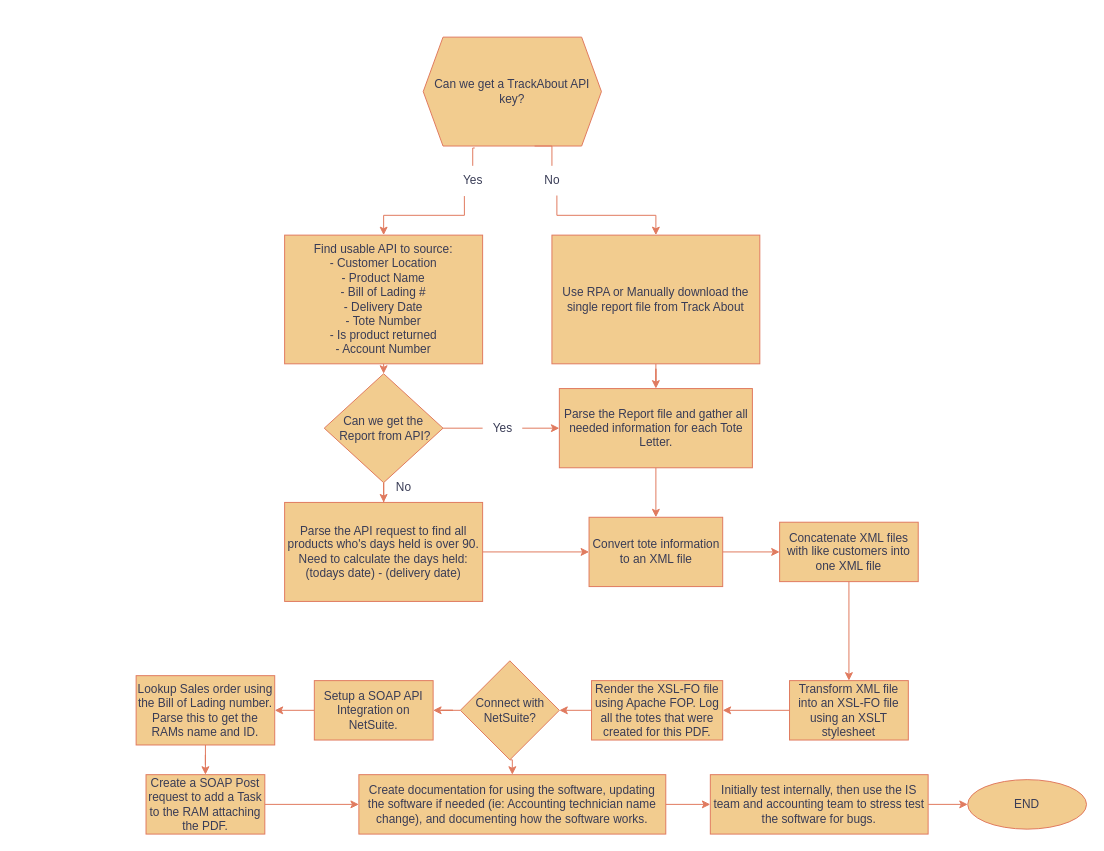
This is Untitled Diagram.drawio from Nelbrenn/Nelbrenn, a draw.io file, before an edit. Source tidied: cells renumbered, new cells numbered last; positions are measured from the earlier drawing's top-left corner, leaving out a move shared by most shapes. Both pictures are drawn from the tidied source at 99%, with x=0, y=0 at pixel (136, 37).
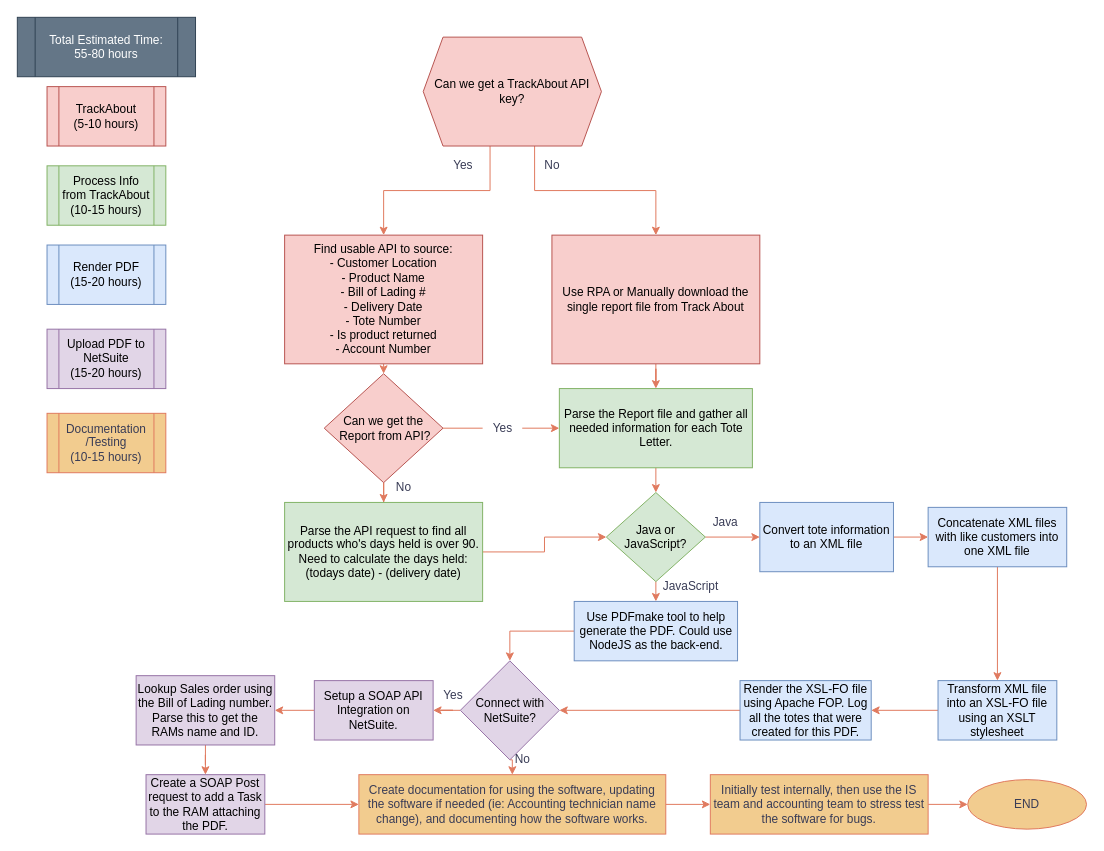
After the change.

Diff of the diagram source:
```diff
@@
-    <mxCell id="2" style="edgeStyle=orthogonalEdgeStyle;rounded=0;jettySize=auto;html=1;exitX=0.289;exitY=1.018;exitDx=0;exitDy=0;shadow=0;entryX=0.5;entryY=0;entryDx=0;entryDy=0;exitPerimeter=0;startArrow=none;labelBackgroundColor=none;strokeColor=#E07A5F;fontColor=default;" parent="1" edge="1" source="41" target="6">
-      <mxGeometry relative="1" as="geometry" />
-    </mxCell>
-    <mxCell id="3" style="edgeStyle=orthogonalEdgeStyle;rounded=0;sketch=0;jettySize=auto;html=1;exitX=0.625;exitY=1;exitDx=0;exitDy=0;entryX=0.5;entryY=0;entryDx=0;entryDy=0;shadow=0;startArrow=none;labelBackgroundColor=none;strokeColor=#E07A5F;fontColor=default;" parent="1" edge="1" source="39" target="8">
-      <mxGeometry relative="1" as="geometry" />
-    </mxCell>
@@
-    <mxCell id="6" value="&lt;div&gt;Find usable API to source:&lt;/div&gt;&lt;div&gt;- Customer Location&lt;/div&gt;&lt;div&gt;- Product Name&lt;/div&gt;&lt;div&gt;- Bill of Lading #&lt;/div&gt;&lt;div&gt;- Delivery Date&lt;/div&gt;&lt;div&gt;- Tote Number&lt;/div&gt;&lt;div&gt;- Is product returned&lt;br&gt;- Account Number&lt;br&gt;&lt;/div&gt;" style="rounded=0;whiteSpace=wrap;html=1;labelBackgroundColor=none;fillColor=#F2CC8F;strokeColor=#E07A5F;fontColor=#393C56;" parent="1" vertex="1">
+    <mxCell id="6" value="&lt;div&gt;Find usable API to source:&lt;/div&gt;&lt;div&gt;- Customer Location&lt;/div&gt;&lt;div&gt;- Product Name&lt;/div&gt;&lt;div&gt;- Bill of Lading #&lt;/div&gt;&lt;div&gt;- Delivery Date&lt;/div&gt;&lt;div&gt;- Tote Number&lt;/div&gt;&lt;div&gt;- Is product returned&lt;br&gt;- Account Number&lt;br&gt;&lt;/div&gt;" style="rounded=0;whiteSpace=wrap;html=1;labelBackgroundColor=none;fillColor=#f8cecc;strokeColor=#b85450;" parent="1" vertex="1">
       <mxGeometry x="150" y="200" width="200" height="130" as="geometry" />
     </mxCell>
@@
-    <mxCell id="8" value="Use RPA or Manually download the single report file from Track About" style="rounded=0;whiteSpace=wrap;html=1;labelBackgroundColor=none;fillColor=#F2CC8F;strokeColor=#E07A5F;fontColor=#393C56;" parent="1" vertex="1">
+    <mxCell id="8" value="Use RPA or Manually download the single report file from Track About" style="rounded=0;whiteSpace=wrap;html=1;labelBackgroundColor=none;fillColor=#f8cecc;strokeColor=#b85450;" parent="1" vertex="1">
       <mxGeometry x="420" y="200" width="210" height="130" as="geometry" />
     </mxCell>
-    <mxCell id="9" style="edgeStyle=orthogonalEdgeStyle;rounded=0;sketch=0;jettySize=auto;html=1;exitX=0.5;exitY=1;exitDx=0;exitDy=0;entryX=0.5;entryY=0;entryDx=0;entryDy=0;shadow=0;labelBackgroundColor=none;strokeColor=#E07A5F;fontColor=default;" parent="1" edge="1" source="10" target="17">
-      <mxGeometry relative="1" as="geometry" />
-    </mxCell>
+    <mxCell id="45" style="edgeStyle=orthogonalEdgeStyle;rounded=0;jettySize=auto;html=1;exitX=0.5;exitY=1;exitDx=0;exitDy=0;entryX=0.5;entryY=0;entryDx=0;entryDy=0;strokeColor=#E07A5F;fontColor=#393C56;fillColor=#F2CC8F;" parent="1" edge="1" source="10" target="51">
+      <mxGeometry relative="1" as="geometry" />
+    </mxCell>
-    <mxCell id="10" value="Parse the Report file and gather all needed information for each Tote Letter." style="rounded=0;whiteSpace=wrap;html=1;labelBackgroundColor=none;fillColor=#F2CC8F;strokeColor=#E07A5F;fontColor=#393C56;" parent="1" vertex="1">
+    <mxCell id="10" value="Parse the Report file and gather all needed information for each Tote Letter." style="rounded=0;whiteSpace=wrap;html=1;labelBackgroundColor=none;fillColor=#d5e8d4;strokeColor=#82b366;" parent="1" vertex="1">
       <mxGeometry x="427.5" y="355" width="195" height="80" as="geometry" />
     </mxCell>
-    <mxCell id="11" style="edgeStyle=orthogonalEdgeStyle;rounded=0;sketch=0;jettySize=auto;html=1;exitX=1;exitY=0.5;exitDx=0;exitDy=0;entryX=0;entryY=0.5;entryDx=0;entryDy=0;shadow=0;labelBackgroundColor=none;strokeColor=#E07A5F;fontColor=default;" parent="1" edge="1" source="12" target="17">
-      <mxGeometry relative="1" as="geometry" />
-    </mxCell>
+    <mxCell id="46" style="edgeStyle=orthogonalEdgeStyle;rounded=0;jettySize=auto;html=1;exitX=1;exitY=0.5;exitDx=0;exitDy=0;entryX=0;entryY=0.5;entryDx=0;entryDy=0;strokeColor=#E07A5F;fontColor=#393C56;fillColor=#F2CC8F;" parent="1" edge="1" source="12" target="51">
+      <mxGeometry relative="1" as="geometry" />
+    </mxCell>
-    <mxCell id="12" value="Parse the API request to find all products who's days held is over 90. Need to calculate the days held:&lt;br&gt;(todays date) - (delivery date)" style="rounded=0;whiteSpace=wrap;html=1;labelBackgroundColor=none;fillColor=#F2CC8F;strokeColor=#E07A5F;fontColor=#393C56;" parent="1" vertex="1">
+    <mxCell id="12" value="Parse the API request to find all products who's days held is over 90. Need to calculate the days held:&lt;br&gt;(todays date) - (delivery date)" style="rounded=0;whiteSpace=wrap;html=1;labelBackgroundColor=none;fillColor=#d5e8d4;strokeColor=#82b366;" parent="1" vertex="1">
       <mxGeometry x="150" y="470" width="200" height="100" as="geometry" />
     </mxCell>
+    <mxCell id="47" style="edgeStyle=orthogonalEdgeStyle;rounded=0;jettySize=auto;html=1;exitX=0.375;exitY=1;exitDx=0;exitDy=0;strokeColor=#E07A5F;fontColor=#393C56;fillColor=#F2CC8F;" parent="1" edge="1" source="13" target="6">
+      <mxGeometry relative="1" as="geometry" />
+    </mxCell>
+    <mxCell id="48" style="edgeStyle=orthogonalEdgeStyle;rounded=0;jettySize=auto;html=1;exitX=0.625;exitY=1;exitDx=0;exitDy=0;entryX=0.5;entryY=0;entryDx=0;entryDy=0;strokeColor=#E07A5F;fontColor=#393C56;fillColor=#F2CC8F;" parent="1" edge="1" source="13" target="8">
+      <mxGeometry relative="1" as="geometry" />
+    </mxCell>
-    <mxCell id="13" value="Can we get a TrackAbout API key?" style="shape=hexagon;perimeter=hexagonPerimeter2;whiteSpace=wrap;html=1;fixedSize=1;labelBackgroundColor=none;fillColor=#F2CC8F;strokeColor=#E07A5F;fontColor=#393C56;" parent="1" vertex="1">
+    <mxCell id="13" value="Can we get a TrackAbout API key?" style="shape=hexagon;perimeter=hexagonPerimeter2;whiteSpace=wrap;html=1;fixedSize=1;labelBackgroundColor=none;fillColor=#f8cecc;strokeColor=#b85450;" parent="1" vertex="1">
       <mxGeometry x="290" width="180" height="110" as="geometry" />
     </mxCell>
@@
-    <mxCell id="15" value="&lt;div&gt;Can we get the&lt;/div&gt;&lt;div&gt;&amp;nbsp;Report from API?&lt;/div&gt;" style="rhombus;whiteSpace=wrap;html=1;labelBackgroundColor=none;fillColor=#F2CC8F;strokeColor=#E07A5F;fontColor=#393C56;" parent="1" vertex="1">
+    <mxCell id="15" value="&lt;div&gt;Can we get the&lt;/div&gt;&lt;div&gt;&amp;nbsp;Report from API?&lt;/div&gt;" style="rhombus;whiteSpace=wrap;html=1;labelBackgroundColor=none;fillColor=#f8cecc;strokeColor=#b85450;" parent="1" vertex="1">
       <mxGeometry x="190" y="340" width="120" height="110" as="geometry" />
     </mxCell>
-    <mxCell id="16" style="edgeStyle=orthogonalEdgeStyle;rounded=0;sketch=0;jettySize=auto;html=1;exitX=1;exitY=0.5;exitDx=0;exitDy=0;shadow=0;entryX=0;entryY=0.5;entryDx=0;entryDy=0;labelBackgroundColor=none;strokeColor=#E07A5F;fontColor=default;" parent="1" edge="1" source="17" target="19">
+    <mxCell id="16" style="edgeStyle=orthogonalEdgeStyle;rounded=0;jettySize=auto;html=1;exitX=1;exitY=0.5;exitDx=0;exitDy=0;entryX=0;entryY=0.5;entryDx=0;entryDy=0;strokeColor=#E07A5F;fontColor=#393C56;fillColor=#F2CC8F;" parent="1" edge="1" source="17" target="19">
       <mxGeometry relative="1" as="geometry" />
     </mxCell>
-    <mxCell id="17" value="Convert tote information to an XML file" style="rounded=0;whiteSpace=wrap;html=1;labelBackgroundColor=none;fillColor=#F2CC8F;strokeColor=#E07A5F;fontColor=#393C56;" parent="1" vertex="1">
-      <mxGeometry x="457.5" y="485" width="135" height="70" as="geometry" />
+    <mxCell id="17" value="Convert tote information to an XML file" style="rounded=0;whiteSpace=wrap;html=1;labelBackgroundColor=none;fillColor=#dae8fc;strokeColor=#6c8ebf;" parent="1" vertex="1">
+      <mxGeometry x="630" y="470" width="135" height="70" as="geometry" />
     </mxCell>
@@
-    <mxCell id="19" value="Concatenate XML files with like customers into one XML file" style="rounded=0;whiteSpace=wrap;html=1;labelBackgroundColor=none;fillColor=#F2CC8F;strokeColor=#E07A5F;fontColor=#393C56;" parent="1" vertex="1">
-      <mxGeometry x="650" y="490" width="140" height="60" as="geometry" />
+    <mxCell id="19" value="Concatenate XML files with like customers into one XML file" style="rounded=0;whiteSpace=wrap;html=1;labelBackgroundColor=none;fillColor=#dae8fc;strokeColor=#6c8ebf;" parent="1" vertex="1">
+      <mxGeometry x="800" y="475" width="140" height="60" as="geometry" />
     </mxCell>
@@
-    <mxCell id="21" value="Transform XML file into an XSL-FO file using an XSLT stylesheet" style="rounded=0;whiteSpace=wrap;html=1;labelBackgroundColor=none;fillColor=#F2CC8F;strokeColor=#E07A5F;fontColor=#393C56;" parent="1" vertex="1">
-      <mxGeometry x="660" y="650" width="120" height="60" as="geometry" />
+    <mxCell id="21" value="Transform XML file into an XSL-FO file using an XSLT stylesheet" style="rounded=0;whiteSpace=wrap;html=1;labelBackgroundColor=none;fillColor=#dae8fc;strokeColor=#6c8ebf;" parent="1" vertex="1">
+      <mxGeometry x="810" y="650" width="120" height="60" as="geometry" />
     </mxCell>
@@
-    <mxCell id="23" value="Render the XSL-FO file using Apache FOP. Log all the totes that were created for this PDF." style="rounded=0;whiteSpace=wrap;html=1;labelBackgroundColor=none;fillColor=#F2CC8F;strokeColor=#E07A5F;fontColor=#393C56;" parent="1" vertex="1">
-      <mxGeometry x="460" y="650" width="132.5" height="60" as="geometry" />
+    <mxCell id="23" value="Render the XSL-FO file using Apache FOP. Log all the totes that were created for this PDF." style="rounded=0;whiteSpace=wrap;html=1;labelBackgroundColor=none;fillColor=#dae8fc;strokeColor=#6c8ebf;" parent="1" vertex="1">
+      <mxGeometry x="610" y="650" width="132.5" height="60" as="geometry" />
     </mxCell>
@@
-    <mxCell id="27" value="Connect with&lt;br&gt;NetSuite?" style="rhombus;whiteSpace=wrap;html=1;labelBackgroundColor=none;fillColor=#F2CC8F;strokeColor=#E07A5F;fontColor=#393C56;" parent="1" vertex="1">
+    <mxCell id="27" value="Connect with&lt;br&gt;NetSuite?" style="rhombus;whiteSpace=wrap;html=1;labelBackgroundColor=none;fillColor=#e1d5e7;strokeColor=#9673a6;" parent="1" vertex="1">
       <mxGeometry x="327.5" y="630" width="100" height="100" as="geometry" />
     </mxCell>
@@
-    <mxCell id="30" value="Setup a SOAP API Integration on NetSuite." style="rounded=0;whiteSpace=wrap;html=1;labelBackgroundColor=none;fillColor=#F2CC8F;strokeColor=#E07A5F;fontColor=#393C56;" parent="1" vertex="1">
+    <mxCell id="30" value="Setup a SOAP API Integration on NetSuite." style="rounded=0;whiteSpace=wrap;html=1;labelBackgroundColor=none;fillColor=#e1d5e7;strokeColor=#9673a6;" parent="1" vertex="1">
       <mxGeometry x="180" y="650" width="120" height="60" as="geometry" />
     </mxCell>
@@
-    <mxCell id="32" value="Lookup Sales order using the Bill of Lading number. Parse this to get the RAMs name and ID." style="rounded=0;whiteSpace=wrap;html=1;labelBackgroundColor=none;fillColor=#F2CC8F;strokeColor=#E07A5F;fontColor=#393C56;" parent="1" vertex="1">
+    <mxCell id="32" value="Lookup Sales order using the Bill of Lading number. Parse this to get the RAMs name and ID." style="rounded=0;whiteSpace=wrap;html=1;labelBackgroundColor=none;fillColor=#e1d5e7;strokeColor=#9673a6;" parent="1" vertex="1">
       <mxGeometry y="645" width="140" height="70" as="geometry" />
     </mxCell>
@@
-    <mxCell id="34" value="Create a SOAP Post request to add a Task to the RAM attaching the PDF." style="rounded=0;whiteSpace=wrap;html=1;labelBackgroundColor=none;fillColor=#F2CC8F;strokeColor=#E07A5F;fontColor=#393C56;" parent="1" vertex="1">
+    <mxCell id="34" value="Create a SOAP Post request to add a Task to the RAM attaching the PDF." style="rounded=0;whiteSpace=wrap;html=1;labelBackgroundColor=none;fillColor=#e1d5e7;strokeColor=#9673a6;" parent="1" vertex="1">
       <mxGeometry x="10" y="745" width="120" height="60" as="geometry" />
     </mxCell>
@@
-    <mxCell id="39" value="No" style="text;html=1;align=center;verticalAlign=middle;points=[];strokeColor=none;fillColor=none;labelBackgroundColor=none;fontColor=#393C56;" parent="1" vertex="1">
-      <mxGeometry x="400" y="130" width="40" height="30" as="geometry" />
-    </mxCell>
-    <mxCell id="40" style="edgeStyle=orthogonalEdgeStyle;rounded=0;sketch=0;jettySize=auto;html=1;exitX=0.625;exitY=1;exitDx=0;exitDy=0;entryX=0.5;entryY=0;entryDx=0;entryDy=0;shadow=0;endArrow=none;labelBackgroundColor=none;strokeColor=#E07A5F;fontColor=default;" parent="1" edge="1" source="13" target="39">
-      <mxGeometry relative="1" as="geometry" />
-    </mxCell>
-    <mxCell id="41" value="Yes" style="text;html=1;align=center;verticalAlign=middle;points=[];strokeColor=none;fillColor=none;labelBackgroundColor=none;fontColor=#393C56;" parent="1" vertex="1">
-      <mxGeometry x="320" y="130" width="40" height="30" as="geometry" />
-    </mxCell>
-    <mxCell id="42" style="edgeStyle=orthogonalEdgeStyle;rounded=0;jettySize=auto;html=1;exitX=0.289;exitY=1.018;exitDx=0;exitDy=0;shadow=0;entryX=0.5;entryY=0;entryDx=0;entryDy=0;exitPerimeter=0;endArrow=none;labelBackgroundColor=none;strokeColor=#E07A5F;fontColor=default;" parent="1" edge="1" source="13" target="41">
-      <mxGeometry relative="1" as="geometry" />
-    </mxCell>
@@
+    <mxCell id="49" style="edgeStyle=orthogonalEdgeStyle;rounded=0;jettySize=auto;html=1;exitX=1;exitY=0.5;exitDx=0;exitDy=0;entryX=0;entryY=0.5;entryDx=0;entryDy=0;strokeColor=#E07A5F;fontColor=#393C56;fillColor=#F2CC8F;" parent="1" edge="1" source="51" target="17">
+      <mxGeometry relative="1" as="geometry" />
+    </mxCell>
+    <mxCell id="50" style="edgeStyle=orthogonalEdgeStyle;rounded=0;jettySize=auto;html=1;exitX=0.5;exitY=1;exitDx=0;exitDy=0;entryX=0.5;entryY=0;entryDx=0;entryDy=0;strokeColor=#E07A5F;fontColor=#393C56;fillColor=#F2CC8F;" parent="1" edge="1" source="51" target="53">
+      <mxGeometry relative="1" as="geometry" />
+    </mxCell>
+    <mxCell id="51" value="Java or JavaScript?" style="rhombus;whiteSpace=wrap;html=1;strokeColor=#82b366;fillColor=#d5e8d4;" parent="1" vertex="1">
+      <mxGeometry x="475" y="460" width="100" height="90" as="geometry" />
+    </mxCell>
+    <mxCell id="52" style="edgeStyle=orthogonalEdgeStyle;rounded=0;jettySize=auto;html=1;exitX=0;exitY=0.5;exitDx=0;exitDy=0;entryX=0.5;entryY=0;entryDx=0;entryDy=0;strokeColor=#E07A5F;fontColor=#393C56;fillColor=#F2CC8F;" parent="1" edge="1" source="53" target="27">
+      <mxGeometry relative="1" as="geometry" />
+    </mxCell>
+    <mxCell id="53" value="Use PDFmake tool to help generate the PDF. Could use NodeJS as the back-end." style="rounded=0;whiteSpace=wrap;html=1;strokeColor=#6c8ebf;fillColor=#dae8fc;" parent="1" vertex="1">
+      <mxGeometry x="442.5" y="570" width="165" height="60" as="geometry" />
+    </mxCell>
+    <mxCell id="54" value="Java" style="text;html=1;align=center;verticalAlign=middle;strokeColor=none;fillColor=none;fontColor=#393C56;" parent="1" vertex="1">
+      <mxGeometry x="570" y="475" width="50" height="30" as="geometry" />
+    </mxCell>
+    <mxCell id="55" value="JavaScript" style="text;html=1;align=center;verticalAlign=middle;strokeColor=none;fillColor=none;fontColor=#393C56;" parent="1" vertex="1">
+      <mxGeometry x="520" y="540" width="80" height="30" as="geometry" />
+    </mxCell>
+    <mxCell id="56" value="No" style="text;html=1;align=center;verticalAlign=middle;strokeColor=none;fillColor=none;fontColor=#393C56;" parent="1" vertex="1">
+      <mxGeometry x="370" y="715" width="40" height="30" as="geometry" />
+    </mxCell>
+    <mxCell id="57" value="Yes" style="text;html=1;align=center;verticalAlign=middle;strokeColor=none;fillColor=none;fontColor=#393C56;" parent="1" vertex="1">
+      <mxGeometry x="300" y="650" width="40" height="30" as="geometry" />
+    </mxCell>
+    <mxCell id="58" value="No" style="text;html=1;align=center;verticalAlign=middle;strokeColor=none;fillColor=none;fontColor=#393C56;" parent="1" vertex="1">
+      <mxGeometry x="400" y="115" width="40" height="30" as="geometry" />
+    </mxCell>
+    <mxCell id="59" value="Yes" style="text;html=1;align=center;verticalAlign=middle;strokeColor=none;fillColor=none;fontColor=#393C56;" parent="1" vertex="1">
+      <mxGeometry x="310" y="115" width="40" height="30" as="geometry" />
+    </mxCell>
+    <mxCell id="60" value="TrackAbout&lt;br&gt;(5-10 hours)" style="shape=process;whiteSpace=wrap;html=1;backgroundOutline=1;strokeColor=#b85450;fillColor=#f8cecc;" parent="1" vertex="1">
+      <mxGeometry x="-90" y="50" width="120" height="60" as="geometry" />
+    </mxCell>
+    <mxCell id="61" value="Process Info from TrackAbout&lt;br&gt;(10-15 hours)" style="shape=process;whiteSpace=wrap;html=1;backgroundOutline=1;strokeColor=#82b366;fillColor=#d5e8d4;" parent="1" vertex="1">
+      <mxGeometry x="-90" y="130" width="120" height="60" as="geometry" />
+    </mxCell>
+    <mxCell id="62" value="Render PDF&lt;br&gt;(15-20 hours)" style="shape=process;whiteSpace=wrap;html=1;backgroundOutline=1;strokeColor=#6c8ebf;fillColor=#dae8fc;" parent="1" vertex="1">
+      <mxGeometry x="-90" y="210" width="120" height="60" as="geometry" />
+    </mxCell>
+    <mxCell id="63" value="Upload PDF to NetSuite&lt;br&gt;(15-20 hours)" style="shape=process;whiteSpace=wrap;html=1;backgroundOutline=1;strokeColor=#9673a6;fillColor=#e1d5e7;" parent="1" vertex="1">
+      <mxGeometry x="-90" y="295" width="120" height="60" as="geometry" />
+    </mxCell>
+    <mxCell id="64" value="&lt;div&gt;Documentation&lt;/div&gt;&lt;div&gt;/Testing&lt;br&gt;(10-15 hours)&lt;br&gt;&lt;/div&gt;" style="shape=process;whiteSpace=wrap;html=1;backgroundOutline=1;labelBackgroundColor=none;strokeColor=#E07A5F;fontColor=#393C56;fillColor=#F2CC8F;" parent="1" vertex="1">
+      <mxGeometry x="-90" y="380" width="120" height="60" as="geometry" />
+    </mxCell>
+    <mxCell id="65" value="&lt;div&gt;Total Estimated Time:&lt;/div&gt;&lt;div&gt;55-80 hours&lt;br&gt;&lt;/div&gt;" style="shape=process;whiteSpace=wrap;html=1;backgroundOutline=1;labelBackgroundColor=none;strokeColor=#314354;fontColor=#ffffff;fillColor=#647687;" parent="1" vertex="1">
+      <mxGeometry x="-120" y="-20" width="180" height="60" as="geometry" />
+    </mxCell>
```
